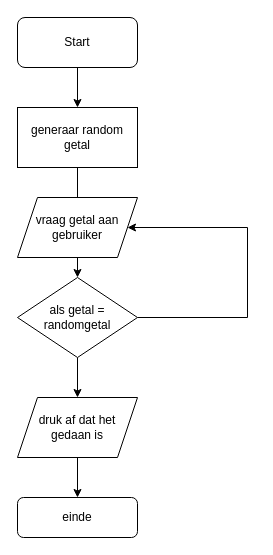
Above: EersteOefening.drawio in Gvandezande/DrawIO_tekeningen (draw.io), before the change. Source tidied: cells renumbered, new cells numbered last; positions are measured from the earlier drawing's top-left corner, leaving out a move shared by most shapes. Both pictures are drawn from the tidied source at 100%, with x=0, y=0 at pixel (17, 17).
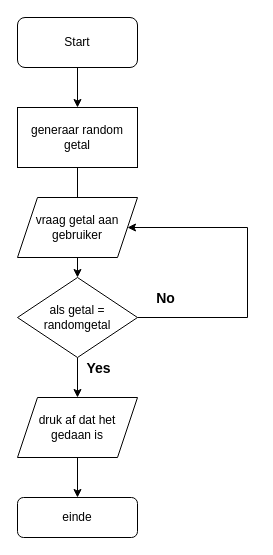
The same page after the edit.

Diff of the diagram source:
```diff
@@
 <mxGraphModel>
   <root>
     <mxCell id="0" />
     <mxCell id="1" parent="0" />
     <mxCell id="2" style="edgeStyle=orthogonalEdgeStyle;rounded=0;jettySize=auto;html=1;" parent="1" edge="1" source="3" target="5">
       <mxGeometry relative="1" as="geometry" />
     </mxCell>
     <mxCell id="3" value="Start" style="rounded=1;whiteSpace=wrap;html=1;" parent="1" vertex="1">
       <mxGeometry width="120" height="50" as="geometry" />
     </mxCell>
     <mxCell id="4" style="edgeStyle=orthogonalEdgeStyle;rounded=0;jettySize=auto;html=1;" parent="1" edge="1" source="5" target="9">
       <mxGeometry relative="1" as="geometry" />
     </mxCell>
     <mxCell id="5" value="generaar random getal" style="rounded=0;whiteSpace=wrap;html=1;" parent="1" vertex="1">
       <mxGeometry y="90" width="120" height="60" as="geometry" />
     </mxCell>
     <mxCell id="6" value="vraag getal aan gebruiker" style="shape=parallelogram;perimeter=parallelogramPerimeter;whiteSpace=wrap;html=1;fixedSize=1;" parent="1" vertex="1">
       <mxGeometry y="180" width="120" height="60" as="geometry" />
     </mxCell>
     <mxCell id="7" style="edgeStyle=orthogonalEdgeStyle;rounded=0;jettySize=auto;html=1;entryX=1;entryY=0.5;entryDx=0;entryDy=0;" parent="1" edge="1" target="6">
       <mxGeometry relative="1" as="geometry">
         <mxPoint x="120" y="300" as="sourcePoint" />
         <Array as="points">
           <mxPoint x="230" y="300" />
           <mxPoint x="230" y="210" />
         </Array>
       </mxGeometry>
     </mxCell>
     <mxCell id="8" style="edgeStyle=orthogonalEdgeStyle;rounded=0;jettySize=auto;html=1;" parent="1" edge="1" source="9" target="11">
       <mxGeometry relative="1" as="geometry" />
     </mxCell>
     <mxCell id="9" value="als getal = randomgetal" style="rhombus;whiteSpace=wrap;html=1;" parent="1" vertex="1">
       <mxGeometry y="260" width="120" height="80" as="geometry" />
     </mxCell>
     <mxCell id="10" style="edgeStyle=orthogonalEdgeStyle;rounded=0;jettySize=auto;html=1;" parent="1" edge="1" source="11" target="12">
       <mxGeometry relative="1" as="geometry" />
     </mxCell>
     <mxCell id="11" value="druk af dat het gedaan is" style="shape=parallelogram;perimeter=parallelogramPerimeter;whiteSpace=wrap;html=1;fixedSize=1;" parent="1" vertex="1">
       <mxGeometry y="380" width="120" height="60" as="geometry" />
     </mxCell>
     <mxCell id="12" value="einde" style="rounded=1;whiteSpace=wrap;html=1;" parent="1" vertex="1">
       <mxGeometry y="480" width="120" height="40" as="geometry" />
     </mxCell>
+    <mxCell id="13" value="Yes" style="edgeLabel;html=1;align=center;verticalAlign=middle;fontStyle=1;fontSize=14;" parent="1" vertex="1">
+      <mxGeometry x="80" y="350" as="geometry" />
+    </mxCell>
+    <mxCell id="14" value="No" style="edgeLabel;html=1;align=center;verticalAlign=middle;fontStyle=1;fontSize=14;" parent="1" vertex="1">
+      <mxGeometry x="150" y="280" as="geometry">
+        <mxPoint x="-3" as="offset" />
+      </mxGeometry>
+    </mxCell>
   </root>
 </mxGraphModel>
```
